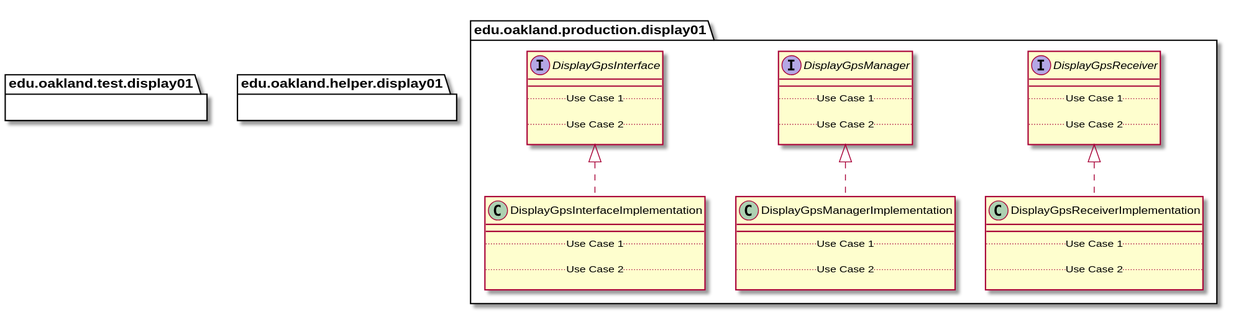
This is docs/uml-class-diagrams/display01/Display01Packages_InternalDependencies.svg from andrewdimmer/csi-3370-software-project, a PlantUML export, as it was before one commit. Its diagram source:
```plantuml
@startuml Display01Packages_InternalDependencies


package edu.oakland.production.display01 {

}


package edu.oakland.production.display01 {
    interface DisplayGpsInterface {
        __
        .. Use Case 1 ..

        .. Use Case 2 ..

    }
}


package edu.oakland.production.display01 {
    interface DisplayGpsManager {
        __
        .. Use Case 1 ..

        .. Use Case 2 ..

    }
}


package edu.oakland.production.display01 {
    interface DisplayGpsReceiver {
        __
        .. Use Case 1 ..

        .. Use Case 2 ..

    }
}


package edu.oakland.production.display01 {
    class DisplayGpsInterfaceImplementation {
        __
        .. Use Case 1 ..

        .. Use Case 2 ..

    }
}


DisplayGpsInterfaceImplementation .up.|> DisplayGpsInterface

package edu.oakland.production.display01 {
    class DisplayGpsManagerImplementation {
        __
        .. Use Case 1 ..

        .. Use Case 2 ..

    }
}


DisplayGpsManagerImplementation .up.|> DisplayGpsManager

package edu.oakland.production.display01 {
    class DisplayGpsReceiverImplementation {
        __
        .. Use Case 1 ..

        .. Use Case 2 ..

    }
}


DisplayGpsReceiverImplementation .up.|> DisplayGpsReceiver








package edu.oakland.test.display01 {

}


package edu.oakland.helper.display01 {

}


@enduml
```
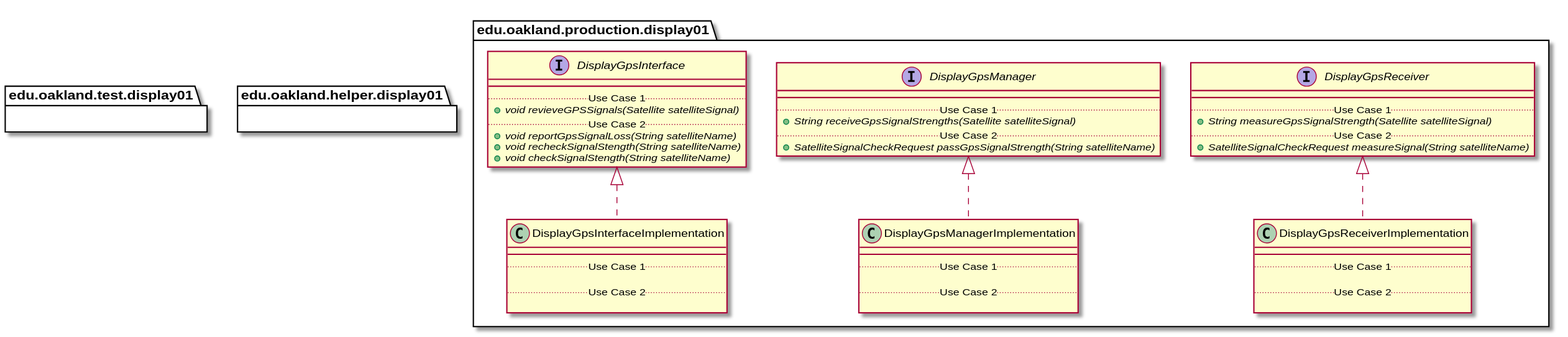
Above is the later version.

Diff of the diagram source:
```diff
@@ -10,9 +10,11 @@
     interface DisplayGpsInterface {
         __
         .. Use Case 1 ..
-
+        {abstract} + void revieveGPSSignals(Satellite satelliteSignal)
         .. Use Case 2 ..
-
+        {abstract} + void reportGpsSignalLoss(String satelliteName)
+        {abstract} + void recheckSignalStength(String satelliteName)
+        {abstract} + void checkSignalStength(String satelliteName)
     }
 }
 
@@ -21,9 +23,9 @@
     interface DisplayGpsManager {
         __
         .. Use Case 1 ..
-
+        {abstract} + String receiveGpsSignalStrengths(Satellite satelliteSignal)
         .. Use Case 2 ..
-
+        {abstract} + SatelliteSignalCheckRequest passGpsSignalStrength(String satelliteName)
     }
 }
 
@@ -32,9 +34,9 @@
     interface DisplayGpsReceiver {
         __
         .. Use Case 1 ..
-
+        {abstract} + String measureGpsSignalStrength(Satellite satelliteSignal)
         .. Use Case 2 ..
-
+        {abstract} + SatelliteSignalCheckRequest measureSignal(String satelliteName)
     }
 }
 
```
